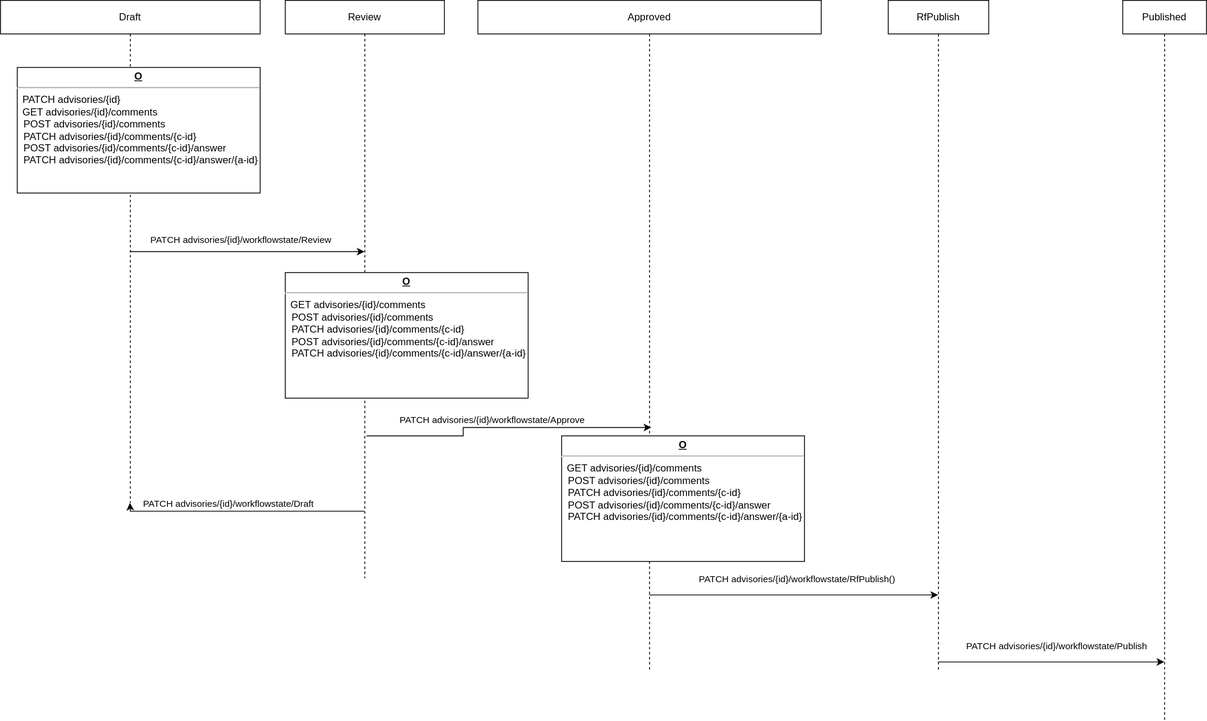
Above: documents/workflow-states.drawio.svg in secvisogram/csaf-cms-backend (draw.io), before the change. Source tidied: cells renumbered, new cells last; positions are measured from the earlier drawing's top-left corner, leaving out a move shared by most shapes.
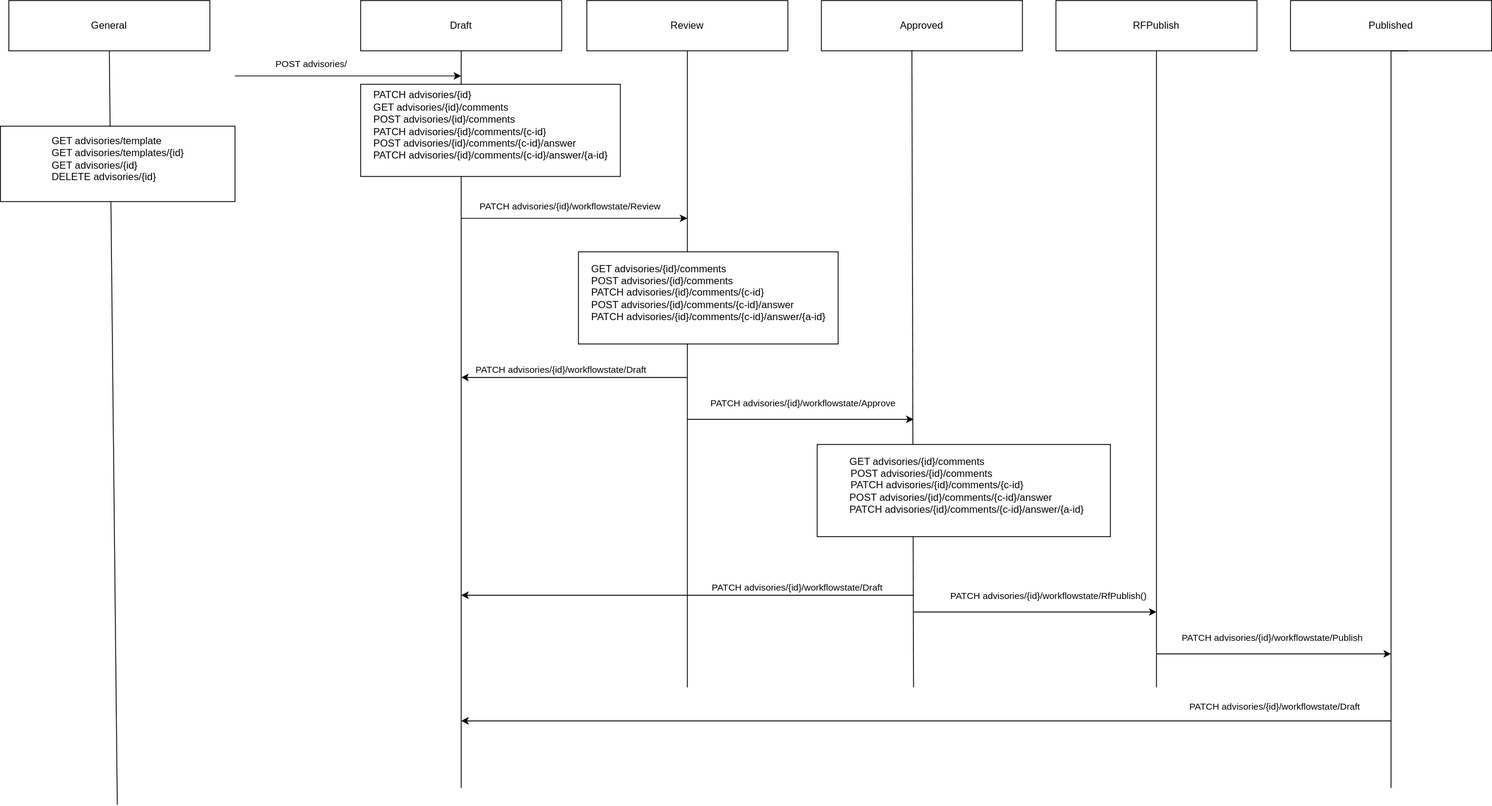
After the commit.

Commit message:
doc(architecture):  add worflow state diagram

What changed in the source:
```diff
@@ -2,12 +2,10 @@
   <root>
     <mxCell id="0" />
     <mxCell id="1" parent="0" />
-    <mxCell id="2" style="edgeStyle=orthogonalEdgeStyle;rounded=0;jettySize=auto;html=1;" parent="1" edge="1" source="4" target="8">
+    <mxCell id="2" style="rounded=0;orthogonalLoop=1;jettySize=auto;html=1;" parent="1" edge="1">
       <mxGeometry relative="1" as="geometry">
-        <Array as="points">
-          <mxPoint x="250" y="330" />
-          <mxPoint x="250" y="330" />
-        </Array>
+        <mxPoint x="280" y="20" as="sourcePoint" />
+        <mxPoint x="550" y="20" as="targetPoint" />
       </mxGeometry>
     </mxCell>
     <mxCell id="3" value="PATCH advisories/{id}/workflowstate/Review" style="edgeLabel;html=1;align=center;verticalAlign=middle;" parent="2" vertex="1">
@@ -15,17 +13,10 @@
         <mxPoint x="35" y="-14" as="offset" />
       </mxGeometry>
     </mxCell>
-    <mxCell id="4" value="Draft" style="shape=umlLifeline;perimeter=lifelinePerimeter;whiteSpace=wrap;html=1;outlineConnect=0;" parent="1" vertex="1">
-      <mxGeometry width="310" height="600" as="geometry" />
-    </mxCell>
-    <mxCell id="5" value="&lt;p style=&quot;margin: 0px ; margin-top: 4px ; text-align: center ; text-decoration: underline&quot;&gt;&lt;b&gt;O&lt;/b&gt;&lt;/p&gt;&lt;hr&gt;&amp;nbsp; PATCH advisories/{id}&lt;br&gt;&amp;nbsp; GET advisories/{id}/comments&lt;p style=&quot;margin: 0px ; margin-left: 8px&quot;&gt;POST advisories/{id}/comments&lt;/p&gt;&lt;p style=&quot;margin: 0px ; margin-left: 8px&quot;&gt;PATCH advisories/{id}/comments/{c-id}&lt;/p&gt;&lt;p style=&quot;margin: 0px ; margin-left: 8px&quot;&gt;POST advisories/{id}/comments/{c-id}/answer&lt;br&gt;PATCH advisories/{id}/comments/{c-id}/answer/{a-id}&lt;br&gt;&lt;br&gt;&lt;/p&gt;" style="verticalAlign=top;align=left;overflow=fill;fontSize=12;fontFamily=Helvetica;html=1;" parent="4" vertex="1">
-      <mxGeometry x="20" y="80" width="290" height="150" as="geometry" />
-    </mxCell>
-    <mxCell id="6" style="edgeStyle=orthogonalEdgeStyle;rounded=0;jettySize=auto;html=1;" parent="1" edge="1" source="8" target="4">
+    <mxCell id="6" style="rounded=0;orthogonalLoop=1;jettySize=auto;html=1;" parent="1" edge="1">
       <mxGeometry relative="1" as="geometry">
-        <Array as="points">
-          <mxPoint x="155" y="610" />
-        </Array>
+        <mxPoint x="550" y="210" as="sourcePoint" />
+        <mxPoint x="280" y="210" as="targetPoint" />
       </mxGeometry>
     </mxCell>
     <mxCell id="7" value="PATCH advisories/{id}/workflowstate/Draft" style="edgeLabel;html=1;align=center;verticalAlign=middle;" parent="6" vertex="1">
@@ -33,64 +24,136 @@
         <mxPoint x="6" y="-10" as="offset" />
       </mxGeometry>
     </mxCell>
+    <mxCell id="17" style="rounded=0;orthogonalLoop=1;jettySize=auto;html=1;" parent="1" edge="1">
+      <mxGeometry relative="1" as="geometry">
+        <mxPoint x="1110" y="540" as="sourcePoint" />
+        <mxPoint x="1390" y="540" as="targetPoint" />
+      </mxGeometry>
+    </mxCell>
+    <mxCell id="18" value="PATCH advisories/{id}/workflowstate/Publish" style="edgeLabel;html=1;align=center;verticalAlign=middle;" parent="17" vertex="1">
+      <mxGeometry x="-0.39" y="1" relative="1" as="geometry">
+        <mxPoint x="51" y="-19" as="offset" />
+      </mxGeometry>
+    </mxCell>
+    <mxCell id="20" style="rounded=0;orthogonalLoop=1;jettySize=auto;html=1;" parent="1" edge="1">
+      <mxGeometry relative="1" as="geometry">
+        <mxPoint x="550" y="260" as="sourcePoint" />
+        <mxPoint x="820" y="260" as="targetPoint" />
+      </mxGeometry>
+    </mxCell>
+    <mxCell id="15" value="PATCH advisories/{id}/workflowstate/Approve" style="edgeLabel;html=1;align=center;verticalAlign=middle;" parent="20" vertex="1">
+      <mxGeometry x="-0.48" y="1" relative="1" as="geometry">
+        <mxPoint x="67" y="-19" as="offset" />
+      </mxGeometry>
+    </mxCell>
+    <mxCell id="21" style="rounded=0;jettySize=auto;html=1;endArrow=none;endFill=0;" parent="1" edge="1" source="4">
+      <mxGeometry relative="1" as="geometry">
+        <mxPoint x="280" y="700" as="targetPoint" />
+      </mxGeometry>
+    </mxCell>
+    <mxCell id="4" value="Draft" style="rounded=0;whiteSpace=wrap;html=1;fillColor=#FFFFFF;" parent="1" vertex="1">
+      <mxGeometry x="160" y="-240" width="240" height="60" as="geometry" />
+    </mxCell>
+    <mxCell id="22" style="rounded=0;jettySize=auto;html=1;endArrow=none;endFill=0;" parent="1" edge="1" source="8">
+      <mxGeometry relative="1" as="geometry">
+        <mxPoint x="550" y="580" as="targetPoint" />
+      </mxGeometry>
+    </mxCell>
-    <mxCell id="8" value="Review" style="shape=umlLifeline;perimeter=lifelinePerimeter;whiteSpace=wrap;html=1;outlineConnect=0;" parent="1" vertex="1">
-      <mxGeometry x="340" width="190" height="690" as="geometry" />
+    <mxCell id="8" value="Review" style="rounded=0;whiteSpace=wrap;html=1;fillColor=#FFFFFF;" parent="1" vertex="1">
+      <mxGeometry x="430" y="-240" width="240" height="60" as="geometry" />
     </mxCell>
-    <mxCell id="9" value="Published" style="shape=umlLifeline;perimeter=lifelinePerimeter;whiteSpace=wrap;html=1;outlineConnect=0;" parent="1" vertex="1">
-      <mxGeometry x="1340" width="100" height="860" as="geometry" />
-    </mxCell>
+    <mxCell id="23" value="&lt;div style=&quot;text-align: left;&quot;&gt;&lt;span style=&quot;background-color: initial;&quot;&gt;PATCH advisories/{id}&lt;/span&gt;&lt;/div&gt;&lt;span style=&quot;&quot;&gt;&lt;div style=&quot;text-align: left;&quot;&gt;&lt;span style=&quot;background-color: initial;&quot;&gt;GET advisories/{id}/comments&lt;br&gt;&lt;/span&gt;&lt;span style=&quot;background-color: initial;&quot;&gt;POST advisories/{id}/comments&lt;/span&gt;&lt;/div&gt;&lt;div style=&quot;text-align: left;&quot;&gt;&lt;span style=&quot;background-color: initial;&quot;&gt;PATCH advisories/{id}/comments/{c-id}&lt;/span&gt;&lt;span style=&quot;background-color: initial;&quot;&gt;&lt;br&gt;&lt;/span&gt;&lt;/div&gt;&lt;/span&gt;&lt;p style=&quot;margin: 0px 0px 0px 8px;&quot;&gt;&lt;/p&gt;&lt;div style=&quot;text-align: left;&quot;&gt;&lt;span style=&quot;background-color: initial;&quot;&gt;POST advisories/{id}/comments/{c-id}/answer&lt;/span&gt;&lt;/div&gt;&lt;div style=&quot;text-align: left;&quot;&gt;&lt;span style=&quot;background-color: initial;&quot;&gt;PATCH advisories/{id}/comments/{c-id}/answer/{a-id}&lt;/span&gt;&lt;/div&gt;&lt;p&gt;&lt;/p&gt;" style="html=1;perimeter=orthogonalPerimeter;" parent="1" vertex="1">
+      <mxGeometry x="160" y="-140" width="310" height="110" as="geometry" />
+    </mxCell>
+    <mxCell id="12" value="Approved" style="rounded=0;whiteSpace=wrap;html=1;fillColor=#FFFFFF;" parent="1" vertex="1">
+      <mxGeometry x="710" y="-240" width="240" height="60" as="geometry" />
+    </mxCell>
+    <mxCell id="24" style="rounded=0;jettySize=auto;html=1;endArrow=none;endFill=0;exitX=0.45;exitY=0.987;exitDx=0;exitDy=0;exitPerimeter=0;" parent="1" edge="1" source="12">
+      <mxGeometry relative="1" as="geometry">
+        <mxPoint x="820" y="580" as="targetPoint" />
+      </mxGeometry>
+    </mxCell>
+    <mxCell id="25" value="RFPublish" style="rounded=0;whiteSpace=wrap;html=1;fillColor=#FFFFFF;" parent="1" vertex="1">
+      <mxGeometry x="990" y="-240" width="240" height="60" as="geometry" />
+    </mxCell>
+    <mxCell id="26" style="rounded=0;jettySize=auto;html=1;endArrow=none;endFill=0;" parent="1" edge="1" source="25">
+      <mxGeometry relative="1" as="geometry">
+        <mxPoint x="1110" y="580" as="targetPoint" />
+      </mxGeometry>
+    </mxCell>
-    <mxCell id="10" style="edgeStyle=orthogonalEdgeStyle;rounded=0;jettySize=auto;html=1;" parent="1" edge="1" source="12" target="19">
+    <mxCell id="10" style="rounded=0;orthogonalLoop=1;jettySize=auto;html=1;" parent="1" edge="1">
       <mxGeometry relative="1" as="geometry">
-        <Array as="points">
-          <mxPoint x="1000" y="710" />
-          <mxPoint x="1000" y="710" />
-        </Array>
+        <mxPoint x="820" y="490" as="sourcePoint" />
+        <mxPoint x="1110" y="490" as="targetPoint" />
       </mxGeometry>
     </mxCell>
     <mxCell id="11" value="PATCH advisories/{id}/workflowstate/RfPublish()" style="edgeLabel;html=1;align=center;verticalAlign=middle;" parent="10" vertex="1">
       <mxGeometry x="0.17" y="-1" relative="1" as="geometry">
-        <mxPoint x="-26" y="-21" as="offset" />
+        <mxPoint x="-10" y="-21" as="offset" />
       </mxGeometry>
     </mxCell>
-    <mxCell id="12" value="Approved" style="shape=umlLifeline;perimeter=lifelinePerimeter;whiteSpace=wrap;html=1;outlineConnect=0;" parent="1" vertex="1">
-      <mxGeometry x="570" width="410" height="800" as="geometry" />
-    </mxCell>
-    <mxCell id="13" value="&lt;p style=&quot;margin: 0px ; margin-top: 4px ; text-align: center ; text-decoration: underline&quot;&gt;&lt;b&gt;O&lt;/b&gt;&lt;/p&gt;&lt;hr&gt;&amp;nbsp;&amp;nbsp;GET advisories/{id}/comments&lt;p style=&quot;margin: 0px ; margin-left: 8px&quot;&gt;POST advisories/{id}/comments&lt;/p&gt;&lt;p style=&quot;margin: 0px ; margin-left: 8px&quot;&gt;PATCH advisories/{id}/comments/{c-id}&lt;/p&gt;&lt;p style=&quot;margin: 0px ; margin-left: 8px&quot;&gt;POST advisories/{id}/comments/{c-id}/answer&lt;br&gt;PATCH advisories/{id}/comments/{c-id}/answer/{a-id}&lt;br&gt;&lt;br&gt;&lt;/p&gt;" style="verticalAlign=top;align=left;overflow=fill;fontSize=12;fontFamily=Helvetica;html=1;" parent="12" vertex="1">
-      <mxGeometry x="100" y="520" width="290" height="150" as="geometry" />
-    </mxCell>
-    <mxCell id="14" style="edgeStyle=orthogonalEdgeStyle;rounded=0;orthogonalLoop=1;jettySize=auto;html=1;" parent="12" edge="1">
-      <mxGeometry relative="1" as="geometry">
-        <mxPoint x="-133" y="520" as="sourcePoint" />
-        <mxPoint x="207" y="510" as="targetPoint" />
-        <Array as="points">
-          <mxPoint x="-17.5" y="520" />
-          <mxPoint x="-17.5" y="510" />
-        </Array>
-      </mxGeometry>
-    </mxCell>
-    <mxCell id="15" value="PATCH advisories/{id}/workflowstate/Approve" style="edgeLabel;html=1;align=center;verticalAlign=middle;" parent="14" vertex="1">
-      <mxGeometry x="-0.48" y="1" relative="1" as="geometry">
-        <mxPoint x="58" y="-19" as="offset" />
-      </mxGeometry>
-    </mxCell>
-    <mxCell id="16" value="&lt;p style=&quot;margin: 0px ; margin-top: 4px ; text-align: center ; text-decoration: underline&quot;&gt;&lt;b&gt;O&lt;/b&gt;&lt;/p&gt;&lt;hr&gt;&amp;nbsp;&amp;nbsp;GET advisories/{id}/comments&lt;p style=&quot;margin: 0px ; margin-left: 8px&quot;&gt;POST advisories/{id}/comments&lt;/p&gt;&lt;p style=&quot;margin: 0px ; margin-left: 8px&quot;&gt;PATCH advisories/{id}/comments/{c-id}&lt;/p&gt;&lt;p style=&quot;margin: 0px ; margin-left: 8px&quot;&gt;POST advisories/{id}/comments/{c-id}/answer&lt;br&gt;PATCH advisories/{id}/comments/{c-id}/answer/{a-id}&lt;br&gt;&lt;br&gt;&lt;/p&gt;" style="verticalAlign=top;align=left;overflow=fill;fontSize=12;fontFamily=Helvetica;html=1;" parent="12" vertex="1">
-      <mxGeometry x="-230" y="325" width="290" height="150" as="geometry" />
-    </mxCell>
-    <mxCell id="17" style="edgeStyle=orthogonalEdgeStyle;rounded=0;jettySize=auto;html=1;" parent="1" edge="1" source="19" target="9">
-      <mxGeometry relative="1" as="geometry">
-        <Array as="points">
-          <mxPoint x="1300" y="790" />
-          <mxPoint x="1300" y="790" />
-        </Array>
-      </mxGeometry>
-    </mxCell>
-    <mxCell id="18" value="PATCH advisories/{id}/workflowstate/Publish" style="edgeLabel;html=1;align=center;verticalAlign=middle;" parent="17" vertex="1">
-      <mxGeometry x="-0.39" y="1" relative="1" as="geometry">
-        <mxPoint x="58" y="-19" as="offset" />
-      </mxGeometry>
-    </mxCell>
-    <mxCell id="19" value="RfPublish" style="shape=umlLifeline;perimeter=lifelinePerimeter;whiteSpace=wrap;html=1;outlineConnect=0;" parent="1" vertex="1">
-      <mxGeometry x="1060" width="120" height="800" as="geometry" />
-    </mxCell>
+    <mxCell id="27" value="&lt;div style=&quot;text-align: left;&quot;&gt;&lt;span style=&quot;background-color: initial;&quot;&gt;&amp;nbsp; GET advisories/{id}/comments&lt;/span&gt;&lt;/div&gt;&lt;p style=&quot;text-align: left; margin: 0px 0px 0px 8px;&quot;&gt;POST advisories/{id}/comments&lt;/p&gt;&lt;p style=&quot;text-align: left; margin: 0px 0px 0px 8px;&quot;&gt;PATCH advisories/{id}/comments/{c-id}&lt;/p&gt;&lt;p style=&quot;margin: 0px 0px 0px 8px;&quot;&gt;&lt;/p&gt;&lt;div style=&quot;text-align: left;&quot;&gt;&lt;span style=&quot;background-color: initial;&quot;&gt;&amp;nbsp; POST advisories/{id}/comments/{c-id}/answer&lt;/span&gt;&lt;/div&gt;&lt;div style=&quot;text-align: left;&quot;&gt;&lt;span style=&quot;background-color: initial;&quot;&gt;&amp;nbsp; PATCH advisories/{id}/comments/{c-id}/answer/{a-id}&lt;/span&gt;&lt;/div&gt;&lt;p&gt;&lt;/p&gt;" style="html=1;perimeter=orthogonalPerimeter;" parent="1" vertex="1">
+      <mxGeometry x="705" y="290" width="350" height="110" as="geometry" />
+    </mxCell>
+    <mxCell id="9" value="Published" style="rounded=0;whiteSpace=wrap;html=1;fillColor=#FFFFFF;" parent="1" vertex="1">
+      <mxGeometry x="1270" y="-240" width="240" height="60" as="geometry" />
+    </mxCell>
+    <mxCell id="28" style="edgeStyle=orthogonalEdgeStyle;rounded=0;orthogonalLoop=1;jettySize=auto;html=1;endArrow=none;endFill=0;" parent="1" edge="1">
+      <mxGeometry relative="1" as="geometry">
+        <mxPoint x="1410" y="-180" as="sourcePoint" />
+        <mxPoint x="1390" y="700" as="targetPoint" />
+        <Array as="points">
+          <mxPoint x="1390" y="-180" />
+          <mxPoint x="1390" y="540" />
+        </Array>
+      </mxGeometry>
+    </mxCell>
+    <mxCell id="29" style="rounded=0;orthogonalLoop=1;jettySize=auto;html=1;" parent="1" edge="1">
+      <mxGeometry relative="1" as="geometry">
+        <mxPoint x="1390" y="620" as="sourcePoint" />
+        <mxPoint x="280" y="620" as="targetPoint" />
+      </mxGeometry>
+    </mxCell>
+    <mxCell id="30" value="PATCH advisories/{id}/workflowstate/Draft" style="edgeLabel;html=1;align=center;verticalAlign=middle;" parent="29" vertex="1">
+      <mxGeometry x="-0.39" y="1" relative="1" as="geometry">
+        <mxPoint x="199" y="-19" as="offset" />
+      </mxGeometry>
+    </mxCell>
+    <mxCell id="31" style="rounded=0;orthogonalLoop=1;jettySize=auto;html=1;" parent="1" edge="1">
+      <mxGeometry relative="1" as="geometry">
+        <mxPoint x="10" y="-150" as="sourcePoint" />
+        <mxPoint x="280" y="-150" as="targetPoint" />
+      </mxGeometry>
+    </mxCell>
+    <mxCell id="32" value="POST advisories/" style="edgeLabel;html=1;align=center;verticalAlign=middle;" parent="31" vertex="1">
+      <mxGeometry x="-0.31" y="1" relative="1" as="geometry">
+        <mxPoint x="-4" y="-14" as="offset" />
+      </mxGeometry>
+    </mxCell>
+    <mxCell id="33" value="General" style="rounded=0;whiteSpace=wrap;html=1;fillColor=#FFFFFF;" parent="1" vertex="1">
+      <mxGeometry x="-260" y="-240" width="240" height="60" as="geometry" />
+    </mxCell>
+    <mxCell id="34" style="rounded=0;jettySize=auto;html=1;endArrow=none;endFill=0;exitX=0.5;exitY=1;exitDx=0;exitDy=0;" parent="1" edge="1" source="33">
+      <mxGeometry relative="1" as="geometry">
+        <mxPoint x="-130.5" y="720" as="targetPoint" />
+      </mxGeometry>
+    </mxCell>
+    <mxCell id="35" value="&lt;div style=&quot;text-align: left;&quot;&gt;GET advisories/template&lt;br&gt;&lt;/div&gt;&lt;span style=&quot;&quot;&gt;&lt;div style=&quot;text-align: left;&quot;&gt;GET advisories/templates/{id}&lt;span style=&quot;background-color: initial;&quot;&gt;&lt;br&gt;&lt;/span&gt;GET advisories/{id}&lt;br&gt;&lt;/div&gt;&lt;div style=&quot;text-align: left;&quot;&gt;DELETE advisories/{id}&lt;/div&gt;&lt;/span&gt;&lt;p&gt;&lt;/p&gt;" style="html=1;perimeter=orthogonalPerimeter;" parent="1" vertex="1">
+      <mxGeometry x="-270" y="-90" width="280" height="90" as="geometry" />
+    </mxCell>
+    <mxCell id="36" value="&lt;div style=&quot;text-align: left;&quot;&gt;&lt;span style=&quot;background-color: initial;&quot;&gt;GET advisories/{id}/comments&lt;/span&gt;&lt;/div&gt;&lt;span style=&quot;&quot;&gt;&lt;div style=&quot;text-align: left;&quot;&gt;&lt;span style=&quot;background-color: initial;&quot;&gt;POST advisories/{id}/comments&lt;/span&gt;&lt;/div&gt;&lt;div style=&quot;text-align: left;&quot;&gt;&lt;span style=&quot;background-color: initial;&quot;&gt;PATCH advisories/{id}/comments/{c-id}&lt;/span&gt;&lt;span style=&quot;background-color: initial;&quot;&gt;&lt;br&gt;&lt;/span&gt;&lt;/div&gt;&lt;/span&gt;&lt;p style=&quot;margin: 0px 0px 0px 8px;&quot;&gt;&lt;/p&gt;&lt;div style=&quot;text-align: left;&quot;&gt;&lt;span style=&quot;background-color: initial;&quot;&gt;POST advisories/{id}/comments/{c-id}/answer&lt;/span&gt;&lt;/div&gt;&lt;div style=&quot;text-align: left;&quot;&gt;&lt;span style=&quot;background-color: initial;&quot;&gt;PATCH advisories/{id}/comments/{c-id}/answer/{a-id}&lt;/span&gt;&lt;/div&gt;&lt;p&gt;&lt;/p&gt;" style="html=1;perimeter=orthogonalPerimeter;" parent="1" vertex="1">
+      <mxGeometry x="420" y="60" width="310" height="110" as="geometry" />
+    </mxCell>
+    <mxCell id="37" style="rounded=0;orthogonalLoop=1;jettySize=auto;html=1;" parent="1" edge="1">
+      <mxGeometry relative="1" as="geometry">
+        <mxPoint x="820" y="470" as="sourcePoint" />
+        <mxPoint x="280" y="470" as="targetPoint" />
+      </mxGeometry>
+    </mxCell>
+    <mxCell id="38" value="PATCH advisories/{id}/workflowstate/Draft" style="edgeLabel;html=1;align=center;verticalAlign=middle;" parent="37" vertex="1">
+      <mxGeometry x="0.17" relative="1" as="geometry">
+        <mxPoint x="176" y="-10" as="offset" />
+      </mxGeometry>
+    </mxCell>
   </root>
 </mxGraphModel>
```
